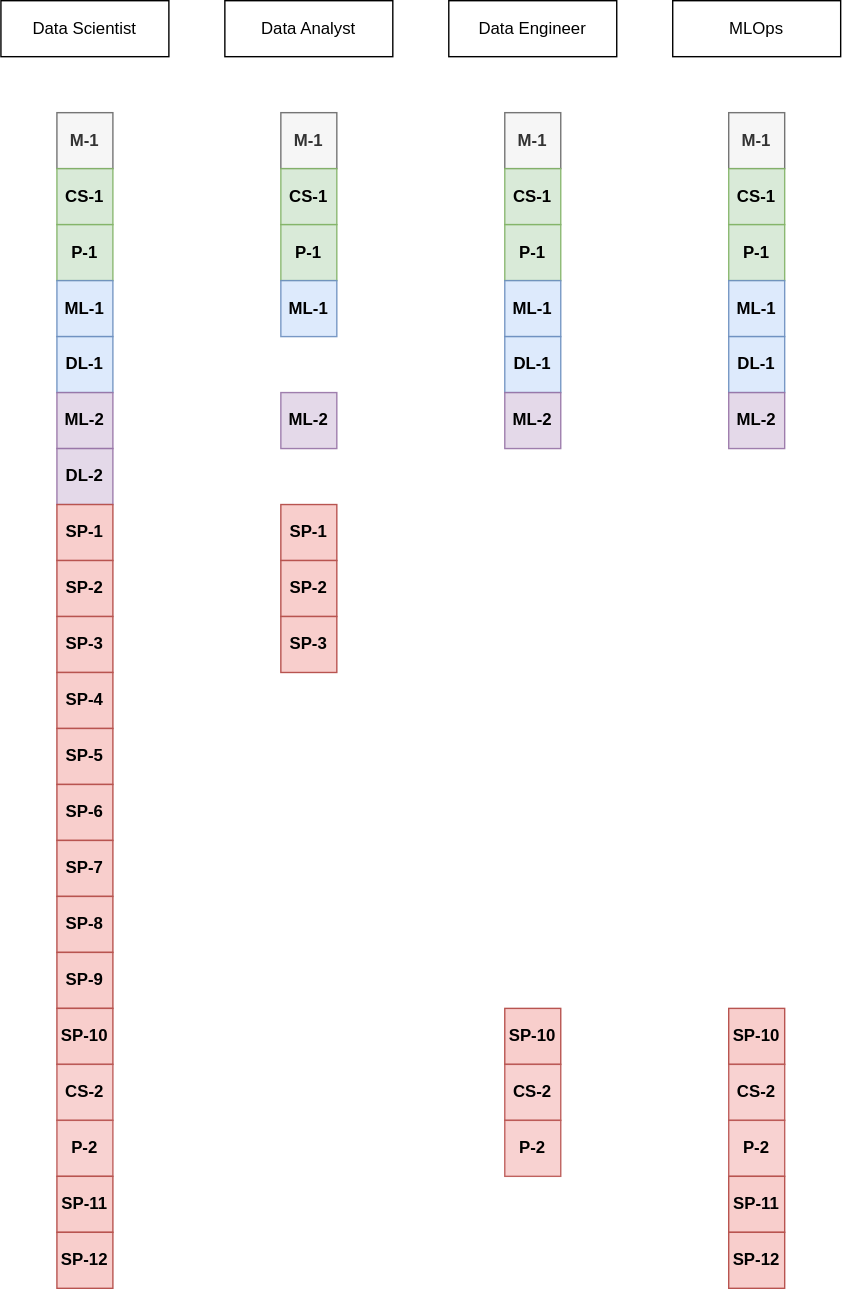
This is diagrams/ai_career_pathways.drawio.svg from ryndovaira-org/data_science_lectures, a draw.io export, as it was before one commit. Source tidied: cells renumbered, new cells last; positions are measured from the earlier drawing's top-left corner, leaving out a move shared by most shapes.
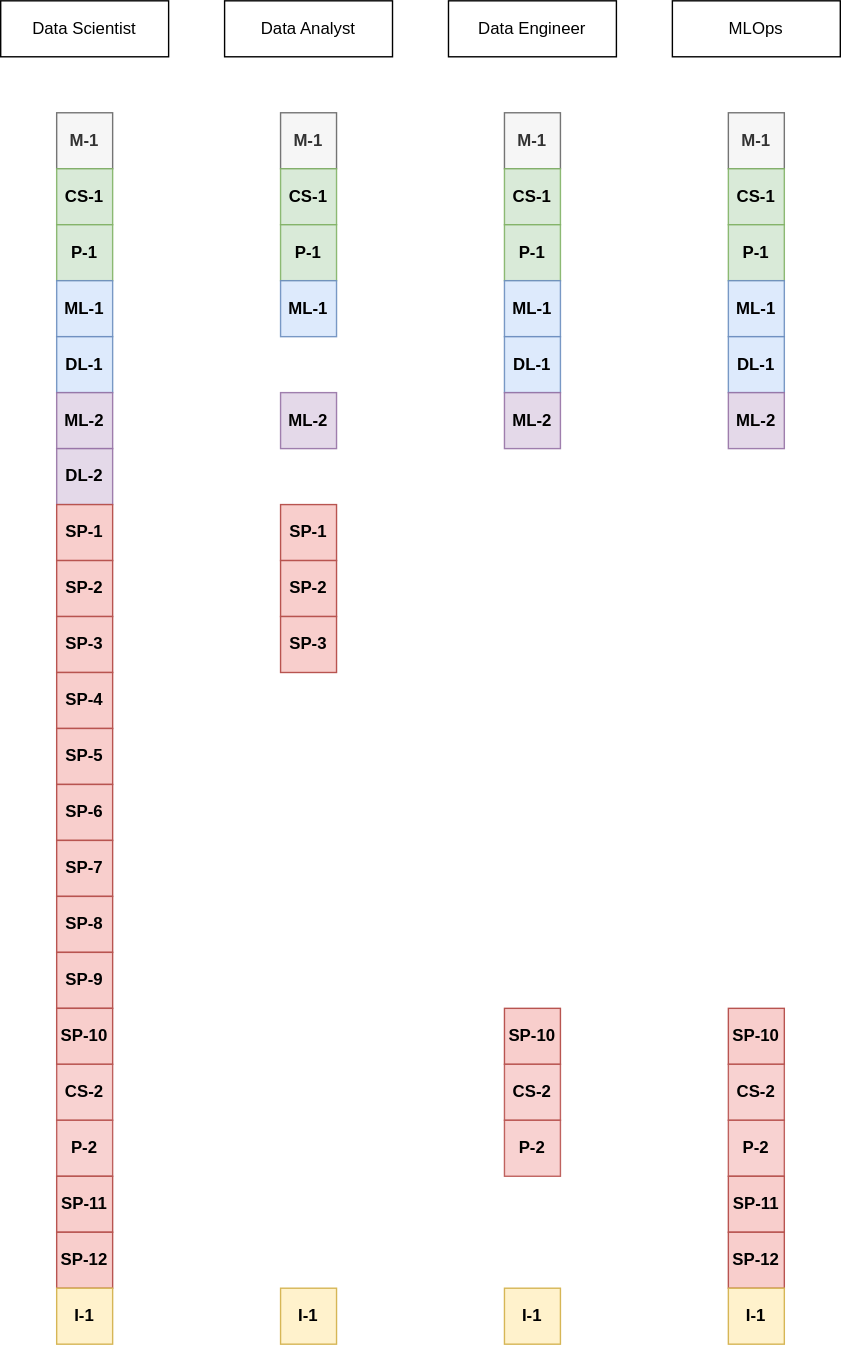
Above is the later version.

The edit, as a diff of the source:
```diff
@@ -161,5 +161,17 @@
     <mxCell id="54" value="SP-3" style="rounded=0;whiteSpace=wrap;html=1;fillColor=#f8cecc;strokeColor=#b85450;fontStyle=1;" parent="1" vertex="1">
       <mxGeometry x="200" y="440" width="40" height="40" as="geometry" />
     </mxCell>
+    <mxCell id="55" value="I-1" style="rounded=0;whiteSpace=wrap;html=1;fontStyle=1;fillColor=#fff2cc;strokeColor=#d6b656;" parent="1" vertex="1">
+      <mxGeometry x="40" y="920" width="40" height="40" as="geometry" />
+    </mxCell>
+    <mxCell id="56" value="I-1" style="rounded=0;whiteSpace=wrap;html=1;fontStyle=1;fillColor=#fff2cc;strokeColor=#d6b656;" parent="1" vertex="1">
+      <mxGeometry x="360" y="920" width="40" height="40" as="geometry" />
+    </mxCell>
+    <mxCell id="57" value="I-1" style="rounded=0;whiteSpace=wrap;html=1;fontStyle=1;fillColor=#fff2cc;strokeColor=#d6b656;" parent="1" vertex="1">
+      <mxGeometry x="200" y="920" width="40" height="40" as="geometry" />
+    </mxCell>
+    <mxCell id="58" value="I-1" style="rounded=0;whiteSpace=wrap;html=1;fontStyle=1;fillColor=#fff2cc;strokeColor=#d6b656;" parent="1" vertex="1">
+      <mxGeometry x="520" y="920" width="40" height="40" as="geometry" />
+    </mxCell>
   </root>
 </mxGraphModel>
```
